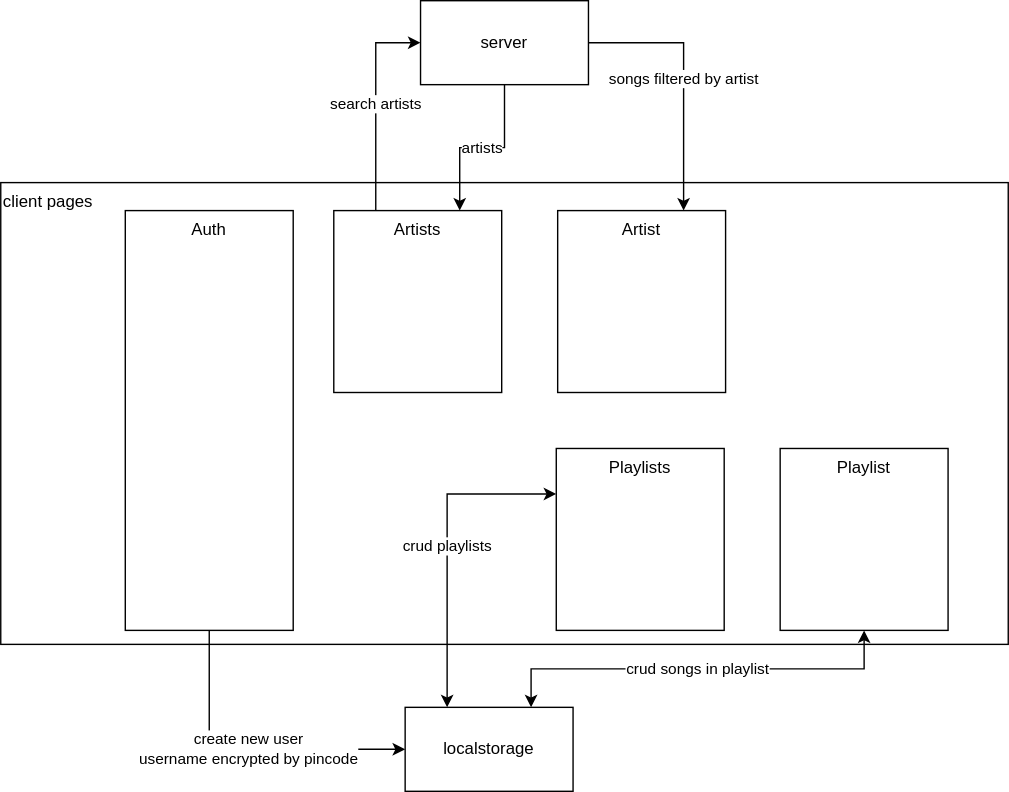
The draw.io diagram docs/architecture.drawio.svg in bakkerjean/exercise, before a commit. Source tidied: cells renumbered, new cells last; positions are measured from the earlier drawing's top-left corner, leaving out a move shared by most shapes. Its diagram source:
```xml
<mxGraphModel>
  <root>
    <mxCell id="0" />
    <mxCell id="1" parent="0" />
    <mxCell id="2" value="client pages" style="rounded=0;whiteSpace=wrap;html=1;align=left;verticalAlign=top;" parent="1" vertex="1">
      <mxGeometry y="130" width="720" height="330" as="geometry" />
    </mxCell>
    <mxCell id="3" value="artists" style="edgeStyle=orthogonalEdgeStyle;rounded=0;jettySize=auto;html=1;exitX=0.5;exitY=1;exitDx=0;exitDy=0;entryX=0.75;entryY=0;entryDx=0;entryDy=0;" parent="1" edge="1" source="5" target="7">
      <mxGeometry relative="1" as="geometry" />
    </mxCell>
    <mxCell id="4" value="songs filtered by artist" style="edgeStyle=orthogonalEdgeStyle;rounded=0;jettySize=auto;html=1;exitX=1;exitY=0.5;exitDx=0;exitDy=0;entryX=0.75;entryY=0;entryDx=0;entryDy=0;" parent="1" edge="1" source="5" target="8">
      <mxGeometry relative="1" as="geometry" />
    </mxCell>
    <mxCell id="5" value="server" style="rounded=0;whiteSpace=wrap;html=1;" parent="1" vertex="1">
      <mxGeometry x="300" width="120" height="60" as="geometry" />
    </mxCell>
    <mxCell id="6" value="search artists" style="edgeStyle=orthogonalEdgeStyle;rounded=0;jettySize=auto;html=1;exitX=0.25;exitY=0;exitDx=0;exitDy=0;entryX=0;entryY=0.5;entryDx=0;entryDy=0;startArrow=none;startFill=0;" parent="1" edge="1" source="7" target="5">
      <mxGeometry relative="1" as="geometry" />
    </mxCell>
    <mxCell id="7" value="Artists" style="rounded=0;whiteSpace=wrap;html=1;align=center;verticalAlign=top;" parent="1" vertex="1">
      <mxGeometry x="238" y="150" width="120" height="130" as="geometry" />
    </mxCell>
    <mxCell id="8" value="Artist" style="rounded=0;whiteSpace=wrap;html=1;align=center;verticalAlign=top;" parent="1" vertex="1">
      <mxGeometry x="398" y="150" width="120" height="130" as="geometry" />
    </mxCell>
    <mxCell id="9" value="Playlists" style="rounded=0;whiteSpace=wrap;html=1;align=center;verticalAlign=top;" parent="1" vertex="1">
      <mxGeometry x="397" y="320" width="120" height="130" as="geometry" />
    </mxCell>
    <mxCell id="10" value="crud songs in playlist" style="edgeStyle=orthogonalEdgeStyle;rounded=0;jettySize=auto;html=1;exitX=0.5;exitY=1;exitDx=0;exitDy=0;entryX=0.75;entryY=0;entryDx=0;entryDy=0;startArrow=classic;startFill=1;" parent="1" edge="1" source="11" target="13">
      <mxGeometry relative="1" as="geometry" />
    </mxCell>
    <mxCell id="11" value="Playlist" style="rounded=0;whiteSpace=wrap;html=1;align=center;verticalAlign=top;" parent="1" vertex="1">
      <mxGeometry x="557" y="320" width="120" height="130" as="geometry" />
    </mxCell>
    <mxCell id="12" value="crud playlists" style="edgeStyle=orthogonalEdgeStyle;rounded=0;jettySize=auto;html=1;exitX=0.25;exitY=0;exitDx=0;exitDy=0;entryX=0;entryY=0.25;entryDx=0;entryDy=0;startArrow=classic;startFill=1;" parent="1" edge="1" source="13" target="9">
      <mxGeometry relative="1" as="geometry" />
    </mxCell>
    <mxCell id="13" value="localstorage" style="rounded=0;whiteSpace=wrap;html=1;" parent="1" vertex="1">
      <mxGeometry x="289" y="505" width="120" height="60" as="geometry" />
    </mxCell>
    <mxCell id="14" value="create new user&lt;br&gt;username encrypted by pincode" style="edgeStyle=orthogonalEdgeStyle;rounded=0;jettySize=auto;html=1;exitX=0.5;exitY=1;exitDx=0;exitDy=0;entryX=0;entryY=0.5;entryDx=0;entryDy=0;startArrow=none;startFill=0;" parent="1" edge="1" source="15" target="13">
      <mxGeometry relative="1" as="geometry" />
    </mxCell>
    <mxCell id="15" value="Auth" style="rounded=0;whiteSpace=wrap;html=1;align=center;verticalAlign=top;" parent="1" vertex="1">
      <mxGeometry x="89" y="150" width="120" height="300" as="geometry" />
    </mxCell>
  </root>
</mxGraphModel>
```
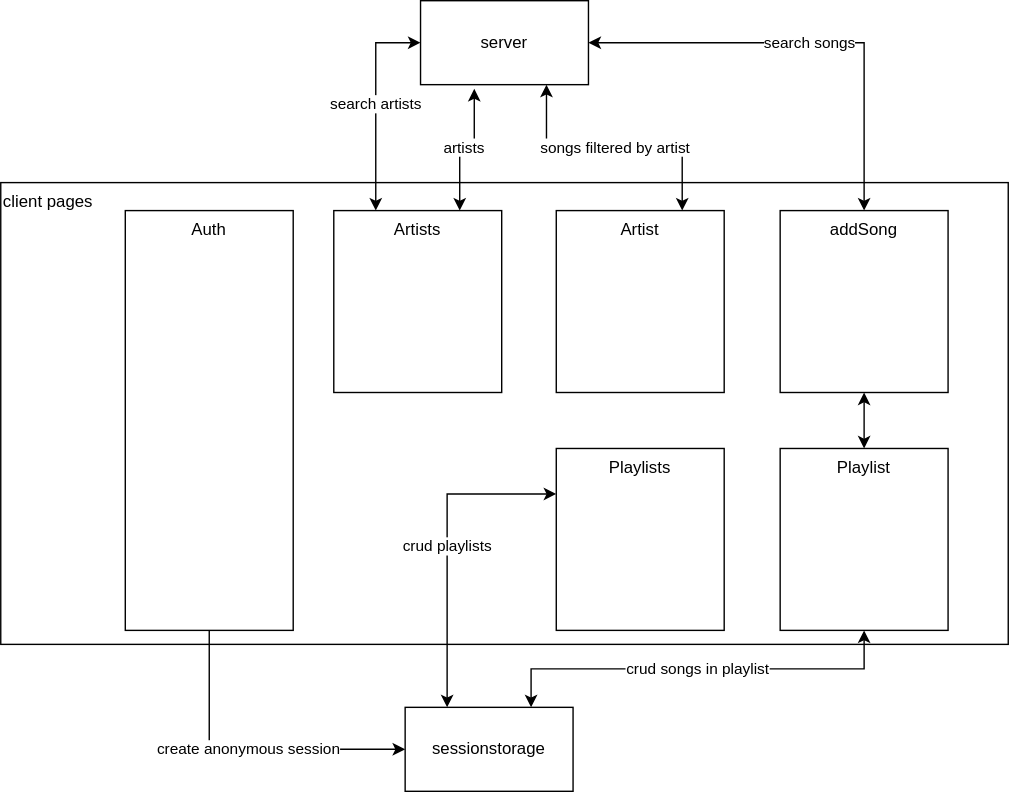
The same file after the commit.

Change to the diagram source:
```diff
@@ -5,23 +5,23 @@
     <mxCell id="2" value="client pages" style="rounded=0;whiteSpace=wrap;html=1;align=left;verticalAlign=top;" parent="1" vertex="1">
       <mxGeometry y="130" width="720" height="330" as="geometry" />
     </mxCell>
-    <mxCell id="3" value="artists" style="edgeStyle=orthogonalEdgeStyle;rounded=0;jettySize=auto;html=1;exitX=0.5;exitY=1;exitDx=0;exitDy=0;entryX=0.75;entryY=0;entryDx=0;entryDy=0;" parent="1" edge="1" source="5" target="7">
+    <mxCell id="3" value="artists" style="edgeStyle=orthogonalEdgeStyle;rounded=0;jettySize=auto;html=1;exitX=0.32;exitY=1.05;exitDx=0;exitDy=0;entryX=0.75;entryY=0;entryDx=0;entryDy=0;exitPerimeter=0;startArrow=classic;startFill=1;" parent="1" edge="1" source="5" target="7">
       <mxGeometry relative="1" as="geometry" />
     </mxCell>
-    <mxCell id="4" value="songs filtered by artist" style="edgeStyle=orthogonalEdgeStyle;rounded=0;jettySize=auto;html=1;exitX=1;exitY=0.5;exitDx=0;exitDy=0;entryX=0.75;entryY=0;entryDx=0;entryDy=0;" parent="1" edge="1" source="5" target="8">
+    <mxCell id="4" value="songs filtered by artist" style="edgeStyle=orthogonalEdgeStyle;rounded=0;jettySize=auto;html=1;exitX=0.75;exitY=1;exitDx=0;exitDy=0;entryX=0.75;entryY=0;entryDx=0;entryDy=0;startArrow=classic;startFill=1;" parent="1" edge="1" source="5" target="8">
       <mxGeometry relative="1" as="geometry" />
     </mxCell>
     <mxCell id="5" value="server" style="rounded=0;whiteSpace=wrap;html=1;" parent="1" vertex="1">
       <mxGeometry x="300" width="120" height="60" as="geometry" />
     </mxCell>
-    <mxCell id="6" value="search artists" style="edgeStyle=orthogonalEdgeStyle;rounded=0;jettySize=auto;html=1;exitX=0.25;exitY=0;exitDx=0;exitDy=0;entryX=0;entryY=0.5;entryDx=0;entryDy=0;startArrow=none;startFill=0;" parent="1" edge="1" source="7" target="5">
+    <mxCell id="6" value="search artists" style="edgeStyle=orthogonalEdgeStyle;rounded=0;jettySize=auto;html=1;exitX=0.25;exitY=0;exitDx=0;exitDy=0;entryX=0;entryY=0.5;entryDx=0;entryDy=0;startArrow=classic;startFill=1;" parent="1" edge="1" source="7" target="5">
       <mxGeometry relative="1" as="geometry" />
     </mxCell>
     <mxCell id="7" value="Artists" style="rounded=0;whiteSpace=wrap;html=1;align=center;verticalAlign=top;" parent="1" vertex="1">
       <mxGeometry x="238" y="150" width="120" height="130" as="geometry" />
     </mxCell>
     <mxCell id="8" value="Artist" style="rounded=0;whiteSpace=wrap;html=1;align=center;verticalAlign=top;" parent="1" vertex="1">
-      <mxGeometry x="398" y="150" width="120" height="130" as="geometry" />
+      <mxGeometry x="397" y="150" width="120" height="130" as="geometry" />
     </mxCell>
     <mxCell id="9" value="Playlists" style="rounded=0;whiteSpace=wrap;html=1;align=center;verticalAlign=top;" parent="1" vertex="1">
       <mxGeometry x="397" y="320" width="120" height="130" as="geometry" />
@@ -35,14 +35,23 @@
     <mxCell id="12" value="crud playlists" style="edgeStyle=orthogonalEdgeStyle;rounded=0;jettySize=auto;html=1;exitX=0.25;exitY=0;exitDx=0;exitDy=0;entryX=0;entryY=0.25;entryDx=0;entryDy=0;startArrow=classic;startFill=1;" parent="1" edge="1" source="13" target="9">
       <mxGeometry relative="1" as="geometry" />
     </mxCell>
-    <mxCell id="13" value="localstorage" style="rounded=0;whiteSpace=wrap;html=1;" parent="1" vertex="1">
+    <mxCell id="13" value="sessionstorage" style="rounded=0;whiteSpace=wrap;html=1;" parent="1" vertex="1">
       <mxGeometry x="289" y="505" width="120" height="60" as="geometry" />
     </mxCell>
-    <mxCell id="14" value="create new user&lt;br&gt;username encrypted by pincode" style="edgeStyle=orthogonalEdgeStyle;rounded=0;jettySize=auto;html=1;exitX=0.5;exitY=1;exitDx=0;exitDy=0;entryX=0;entryY=0.5;entryDx=0;entryDy=0;startArrow=none;startFill=0;" parent="1" edge="1" source="15" target="13">
+    <mxCell id="14" value="create anonymous session" style="edgeStyle=orthogonalEdgeStyle;rounded=0;jettySize=auto;html=1;exitX=0.5;exitY=1;exitDx=0;exitDy=0;entryX=0;entryY=0.5;entryDx=0;entryDy=0;startArrow=none;startFill=0;" parent="1" edge="1" source="15" target="13">
       <mxGeometry relative="1" as="geometry" />
     </mxCell>
     <mxCell id="15" value="Auth" style="rounded=0;whiteSpace=wrap;html=1;align=center;verticalAlign=top;" parent="1" vertex="1">
       <mxGeometry x="89" y="150" width="120" height="300" as="geometry" />
     </mxCell>
+    <mxCell id="16" value="search songs" style="edgeStyle=orthogonalEdgeStyle;rounded=0;jettySize=auto;html=1;exitX=0.5;exitY=0;exitDx=0;exitDy=0;entryX=1;entryY=0.5;entryDx=0;entryDy=0;startArrow=classic;startFill=1;" parent="1" edge="1" source="18" target="5">
+      <mxGeometry relative="1" as="geometry" />
+    </mxCell>
+    <mxCell id="17" style="edgeStyle=orthogonalEdgeStyle;rounded=0;jettySize=auto;html=1;exitX=0.5;exitY=1;exitDx=0;exitDy=0;entryX=0.5;entryY=0;entryDx=0;entryDy=0;startArrow=classic;startFill=1;" parent="1" edge="1" source="18" target="11">
+      <mxGeometry relative="1" as="geometry" />
+    </mxCell>
+    <mxCell id="18" value="addSong" style="rounded=0;whiteSpace=wrap;html=1;align=center;verticalAlign=top;" parent="1" vertex="1">
+      <mxGeometry x="557" y="150" width="120" height="130" as="geometry" />
+    </mxCell>
   </root>
 </mxGraphModel>
```
